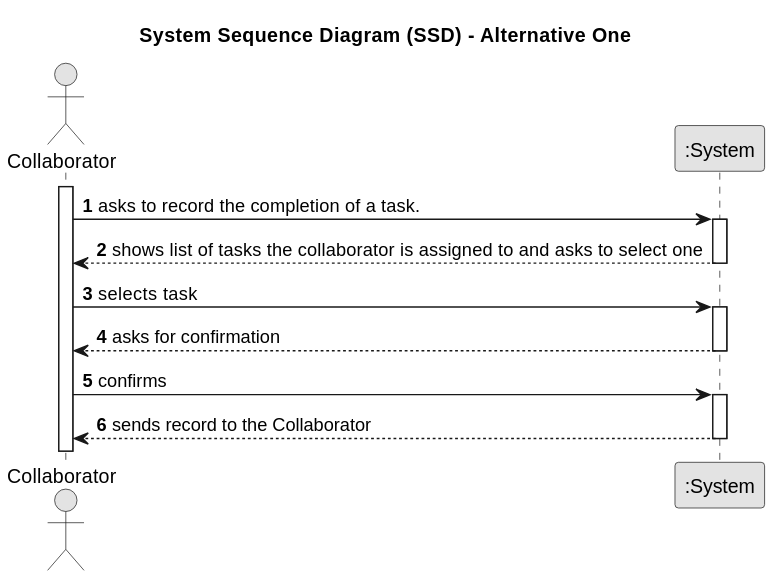
This is docs/sprint3/us029/01.requirements-engineering/svg/us029-system-sequence-diagram-alternative-one.svg from tiagosoa/lei-24-s2-1dgh-g073, a PlantUML export, as it was before one commit.
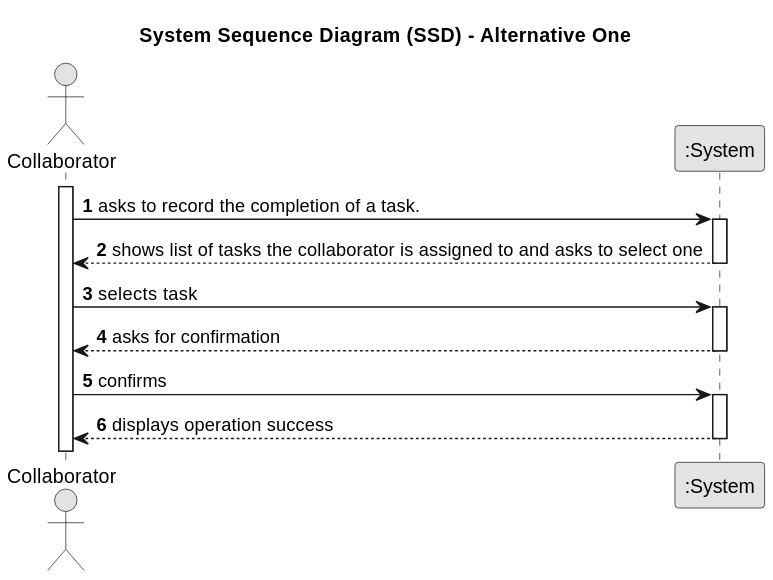
Later version of the same file.

What changed in the source:
```diff
@@ -27,6 +27,6 @@
     Collaborator -> System : confirms
     activate System
 
-    System --> Collaborator : sends record to the Collaborator
+    System --> Collaborator : displays operation success
     deactivate System
 @enduml
```
